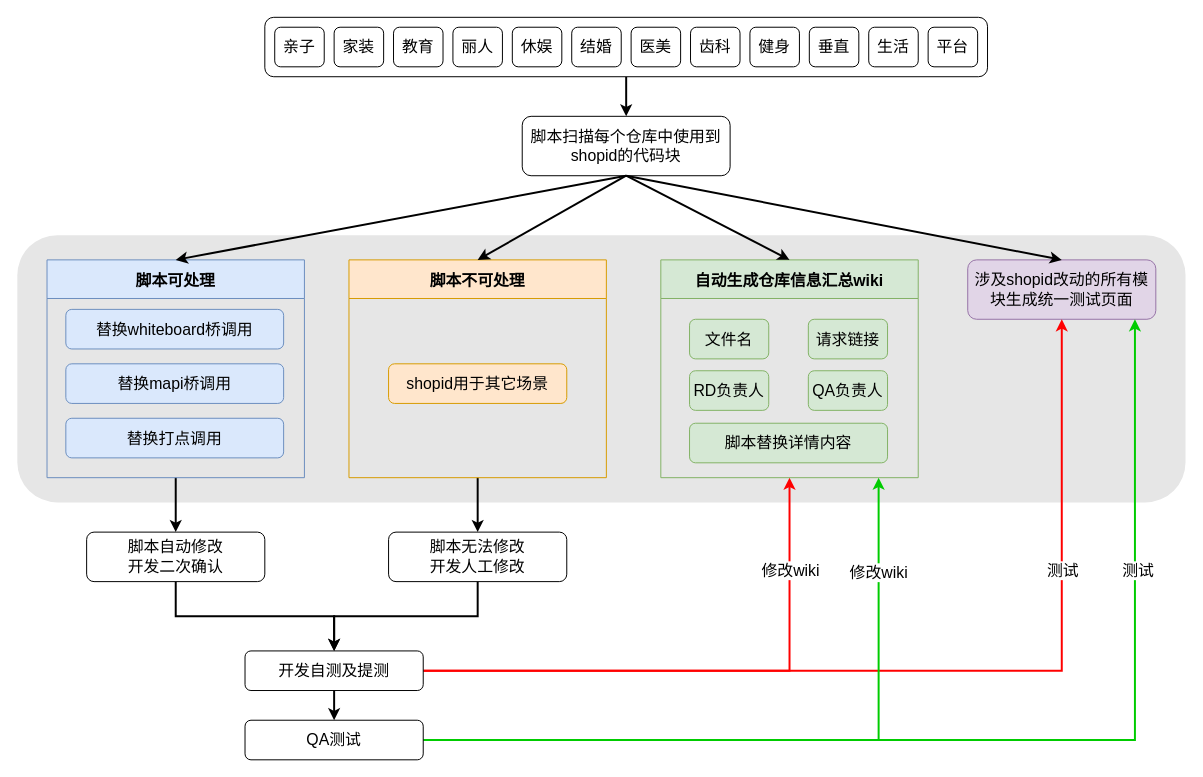
Earlier version of the draw.io diagram page "第 12 页" (14 of 20) of 频道首页执行流程.drawio (hpk1994/shophome). Source tidied: cells renumbered, new cells numbered last; positions are measured from the earlier drawing's top-left corner, leaving out a move shared by most shapes. Both pictures are drawn from the tidied source at 99%, with x=0, y=0 at pixel (17, 17).
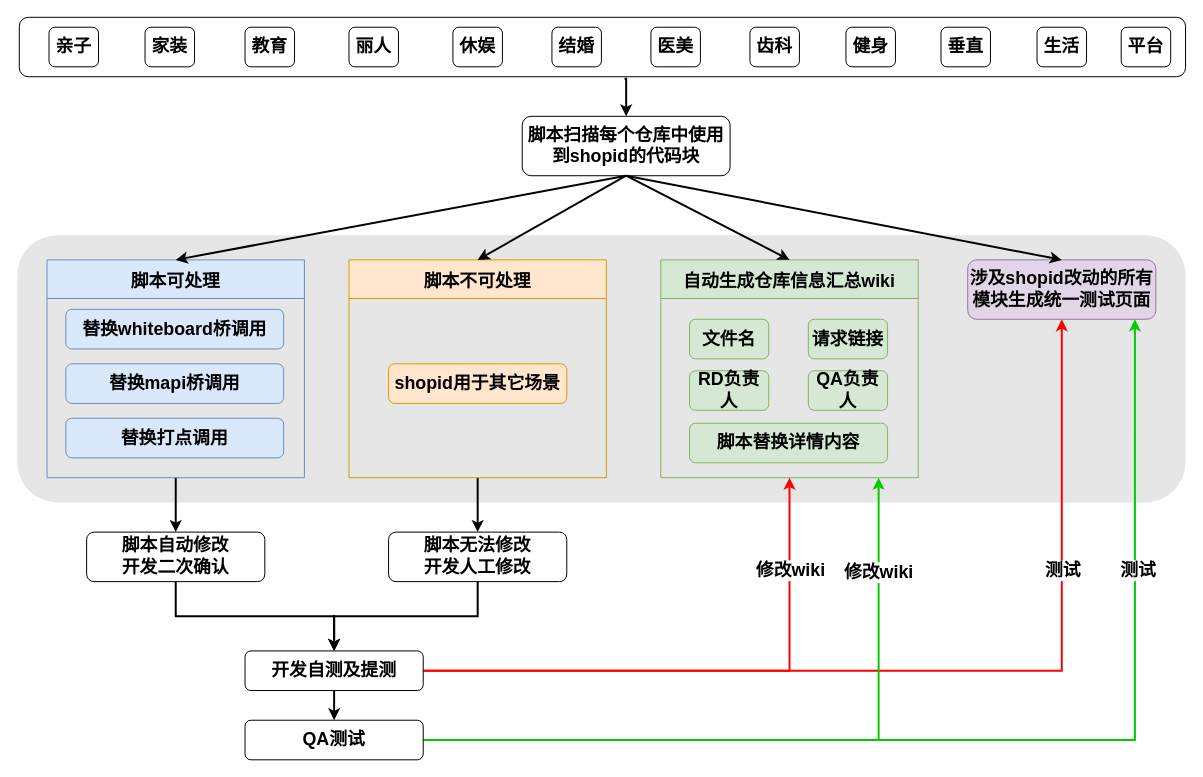
After the change.

The change refers to these unchanged cells:
```xml
<mxCell id="15" style="edgeStyle=orthogonalEdgeStyle;rounded=0;jettySize=auto;html=1;exitX=1;exitY=0.5;exitDx=0;exitDy=0;strokeWidth=2;strokeColor=#FF0000;" parent="1" edge="1" source="19" target="10">
  <mxGeometry relative="1" as="geometry" />
</mxCell>
<mxCell id="17" style="edgeStyle=orthogonalEdgeStyle;rounded=0;jettySize=auto;html=1;exitX=1;exitY=0.5;exitDx=0;exitDy=0;entryX=0.5;entryY=1;entryDx=0;entryDy=0;fontSize=16;strokeWidth=2;strokeColor=#FF0000;" parent="1" edge="1" source="19" target="45">
  <mxGeometry relative="1" as="geometry" />
</mxCell>
<mxCell id="21" style="edgeStyle=orthogonalEdgeStyle;rounded=0;jettySize=auto;html=1;exitX=1;exitY=0.5;exitDx=0;exitDy=0;strokeWidth=2;fontSize=16;strokeColor=#00CC00;" parent="1" edge="1" source="25">
  <mxGeometry relative="1" as="geometry">
    <mxPoint x="870" y="465" as="targetPoint" />
    <Array as="points">
      <mxPoint x="870" y="730" />
      <mxPoint x="870" y="465" />
    </Array>
  </mxGeometry>
</mxCell>
<mxCell id="23" style="edgeStyle=orthogonalEdgeStyle;rounded=0;jettySize=auto;html=1;exitX=1;exitY=0.5;exitDx=0;exitDy=0;entryX=0.889;entryY=1;entryDx=0;entryDy=0;strokeWidth=2;fontSize=16;strokeColor=#00CC00;entryPerimeter=0;" parent="1" edge="1" source="25" target="10">
  <mxGeometry relative="1" as="geometry" />
</mxCell>
```

Diff of the diagram source:
```diff
@@
-    <mxCell id="3" style="edgeStyle=orthogonalEdgeStyle;rounded=0;jettySize=auto;html=1;exitX=0.5;exitY=1;exitDx=0;exitDy=0;entryX=0.5;entryY=0;entryDx=0;entryDy=0;fontSize=16;strokeWidth=2;" parent="1" edge="1" source="4" target="5">
+    <mxCell id="3" style="edgeStyle=orthogonalEdgeStyle;rounded=0;jettySize=auto;html=1;exitX=0.519;exitY=1.033;exitDx=0;exitDy=0;entryX=0.5;entryY=0;entryDx=0;entryDy=0;fontSize=16;strokeWidth=2;exitPerimeter=0;" parent="1" edge="1" source="4" target="5">
       <mxGeometry relative="1" as="geometry" />
     </mxCell>
     <mxCell id="4" style="rounded=1;whiteSpace=wrap;html=1;" parent="1" vertex="1">
-      <mxGeometry x="250" width="730" height="60" as="geometry" />
+      <mxGeometry x="2" width="1178" height="60" as="geometry" />
     </mxCell>
-    <mxCell id="5" value="&lt;span style=&quot;font-size: 16px&quot;&gt;脚本扫描每个仓库中使用到shopid的代码块&lt;/span&gt;" style="rounded=1;whiteSpace=wrap;html=1;" parent="1" vertex="1">
+    <mxCell id="5" value="&lt;font style=&quot;font-size: 18px&quot;&gt;&lt;b&gt;脚本扫描每个仓库中使用到shopid的代码块&lt;/b&gt;&lt;/font&gt;" style="rounded=1;whiteSpace=wrap;html=1;" parent="1" vertex="1">
       <mxGeometry x="510" y="100" width="210" height="60" as="geometry" />
     </mxCell>
-    <mxCell id="6" value="&lt;span style=&quot;font-size: 16px&quot;&gt;替换whiteboard桥调用&lt;/span&gt;" style="rounded=1;whiteSpace=wrap;html=1;fillColor=#dae8fc;strokeColor=#6c8ebf;" parent="1" vertex="1">
+    <mxCell id="6" value="&lt;font style=&quot;font-size: 18px&quot;&gt;&lt;b&gt;替换whiteboard桥调用&lt;/b&gt;&lt;/font&gt;" style="rounded=1;whiteSpace=wrap;html=1;fillColor=#dae8fc;strokeColor=#6c8ebf;" parent="1" vertex="1">
       <mxGeometry x="49" y="295" width="220" height="40" as="geometry" />
     </mxCell>
-    <mxCell id="7" value="&lt;span style=&quot;font-size: 16px&quot;&gt;替换mapi桥调用&lt;/span&gt;" style="rounded=1;whiteSpace=wrap;html=1;fillColor=#dae8fc;strokeColor=#6c8ebf;" parent="1" vertex="1">
+    <mxCell id="7" value="&lt;font style=&quot;font-size: 18px&quot;&gt;&lt;b&gt;替换mapi桥调用&lt;/b&gt;&lt;/font&gt;" style="rounded=1;whiteSpace=wrap;html=1;fillColor=#dae8fc;strokeColor=#6c8ebf;" parent="1" vertex="1">
       <mxGeometry x="49" y="350" width="220" height="40" as="geometry" />
     </mxCell>
-    <mxCell id="8" value="&lt;span style=&quot;font-size: 16px&quot;&gt;替换打点调用&lt;/span&gt;" style="rounded=1;whiteSpace=wrap;html=1;fillColor=#dae8fc;strokeColor=#6c8ebf;" parent="1" vertex="1">
+    <mxCell id="8" value="&lt;font style=&quot;font-size: 18px&quot;&gt;&lt;b&gt;替换打点调用&lt;/b&gt;&lt;/font&gt;" style="rounded=1;whiteSpace=wrap;html=1;fillColor=#dae8fc;strokeColor=#6c8ebf;" parent="1" vertex="1">
       <mxGeometry x="49" y="405" width="220" height="40" as="geometry" />
     </mxCell>
-    <mxCell id="9" value="&lt;span style=&quot;font-size: 16px&quot;&gt;shopid用于其它场景&lt;/span&gt;" style="rounded=1;whiteSpace=wrap;html=1;fillColor=#ffe6cc;strokeColor=#d79b00;" parent="1" vertex="1">
+    <mxCell id="9" value="&lt;font style=&quot;font-size: 18px&quot;&gt;&lt;b&gt;shopid用于其它场景&lt;/b&gt;&lt;/font&gt;" style="rounded=1;whiteSpace=wrap;html=1;fillColor=#ffe6cc;strokeColor=#d79b00;" parent="1" vertex="1">
       <mxGeometry x="375" y="350" width="180" height="40" as="geometry" />
     </mxCell>
-    <mxCell id="10" value="&lt;span style=&quot;font-size: 16px&quot;&gt;涉及shopid改动的所有模块生成统一测试页面&lt;/span&gt;&lt;span style=&quot;font-size: 16px&quot;&gt;&lt;br&gt;&lt;/span&gt;" style="rounded=1;whiteSpace=wrap;html=1;fillColor=#e1d5e7;strokeColor=#9673a6;" parent="1" vertex="1">
+    <mxCell id="10" value="&lt;font style=&quot;font-size: 18px&quot;&gt;&lt;b&gt;涉及shopid改动的所有模块生成统一测试页面&lt;/b&gt;&lt;/font&gt;&lt;span style=&quot;font-size: 16px&quot;&gt;&lt;br&gt;&lt;/span&gt;" style="rounded=1;whiteSpace=wrap;html=1;fillColor=#e1d5e7;strokeColor=#9673a6;" parent="1" vertex="1">
       <mxGeometry x="960" y="245" width="190" height="60" as="geometry" />
     </mxCell>
@@
-    <mxCell id="12" value="&lt;span style=&quot;font-size: 16px&quot;&gt;脚本无法修改&lt;/span&gt;&lt;br style=&quot;font-size: 16px&quot;&gt;&lt;span style=&quot;font-size: 16px&quot;&gt;开发人工修改&lt;/span&gt;&lt;span style=&quot;font-size: 16px&quot;&gt;&lt;br&gt;&lt;/span&gt;" style="rounded=1;whiteSpace=wrap;html=1;" parent="1" vertex="1">
+    <mxCell id="12" value="&lt;font style=&quot;font-size: 18px&quot;&gt;&lt;b&gt;脚本无法修改&lt;br&gt;开发人工修改&lt;/b&gt;&lt;/font&gt;&lt;span style=&quot;font-size: 16px&quot;&gt;&lt;br&gt;&lt;/span&gt;" style="rounded=1;whiteSpace=wrap;html=1;" parent="1" vertex="1">
       <mxGeometry x="375" y="520" width="180" height="50" as="geometry" />
     </mxCell>
@@
-    <mxCell id="14" value="&lt;span style=&quot;font-size: 16px&quot;&gt;脚本自动修改&lt;/span&gt;&lt;br style=&quot;font-size: 16px&quot;&gt;&lt;span style=&quot;font-size: 16px&quot;&gt;开发二次确认&lt;/span&gt;&lt;span style=&quot;font-size: 16px&quot;&gt;&lt;br&gt;&lt;/span&gt;" style="rounded=1;whiteSpace=wrap;html=1;" parent="1" vertex="1">
+    <mxCell id="14" value="&lt;b style=&quot;font-size: 18px&quot;&gt;&lt;span&gt;脚本自动修改&lt;/span&gt;&lt;br&gt;&lt;span&gt;开发二次确认&lt;/span&gt;&lt;/b&gt;&lt;span style=&quot;font-size: 16px&quot;&gt;&lt;br&gt;&lt;/span&gt;" style="rounded=1;whiteSpace=wrap;html=1;" parent="1" vertex="1">
       <mxGeometry x="70" y="520" width="180" height="50" as="geometry" />
     </mxCell>
@@
-    <mxCell id="16" value="测试" style="text;html=1;align=center;verticalAlign=middle;labelBackgroundColor=#ffffff;fontSize=16;" parent="15" vertex="1">
+    <mxCell id="16" value="&lt;font style=&quot;font-size: 18px&quot;&gt;&lt;b&gt;测试&lt;/b&gt;&lt;/font&gt;" style="text;html=1;align=center;verticalAlign=middle;labelBackgroundColor=#ffffff;fontSize=16;" parent="15" vertex="1">
       <mxGeometry x="0.29" y="102" relative="1" as="geometry">
         <mxPoint x="102" y="-102" as="offset" />
       </mxGeometry>
     </mxCell>
@@
-    <mxCell id="18" value="修改wiki" style="text;html=1;align=center;verticalAlign=middle;labelBackgroundColor=#ffffff;fontSize=16;" parent="17" vertex="1">
+    <mxCell id="18" value="&lt;font style=&quot;font-size: 18px&quot;&gt;&lt;b&gt;修改wiki&lt;/b&gt;&lt;/font&gt;" style="text;html=1;align=center;verticalAlign=middle;labelBackgroundColor=#ffffff;fontSize=16;" parent="17" vertex="1">
       <mxGeometry x="0.67" relative="1" as="geometry" />
     </mxCell>
-    <mxCell id="19" value="&lt;span style=&quot;font-size: 16px&quot;&gt;开发自测及提测&lt;br&gt;&lt;/span&gt;" style="rounded=1;whiteSpace=wrap;html=1;" parent="1" vertex="1">
+    <mxCell id="19" value="&lt;font style=&quot;font-size: 18px&quot;&gt;&lt;b&gt;开发自测及提测&lt;/b&gt;&lt;/font&gt;" style="rounded=1;whiteSpace=wrap;html=1;" parent="1" vertex="1">
       <mxGeometry x="230" y="640" width="180" height="40" as="geometry" />
     </mxCell>
@@
-    <mxCell id="22" value="修改wiki" style="text;html=1;align=center;verticalAlign=middle;labelBackgroundColor=#ffffff;fontSize=16;" parent="21" vertex="1">
+    <mxCell id="22" value="&lt;font style=&quot;font-size: 18px&quot;&gt;&lt;b&gt;修改wiki&lt;/b&gt;&lt;/font&gt;" style="text;html=1;align=center;verticalAlign=middle;labelBackgroundColor=#ffffff;fontSize=16;" parent="21" vertex="1">
       <mxGeometry x="0.73" y="1" relative="1" as="geometry">
         <mxPoint y="-3" as="offset" />
       </mxGeometry>
     </mxCell>
@@
-    <mxCell id="24" value="测试" style="text;html=1;align=center;verticalAlign=middle;labelBackgroundColor=#ffffff;fontSize=16;" parent="23" vertex="1">
+    <mxCell id="24" value="&lt;font style=&quot;font-size: 18px&quot;&gt;&lt;b&gt;测试&lt;/b&gt;&lt;/font&gt;" style="text;html=1;align=center;verticalAlign=middle;labelBackgroundColor=#ffffff;fontSize=16;" parent="23" vertex="1">
       <mxGeometry x="0.24" y="172" relative="1" as="geometry">
         <mxPoint x="12" as="offset" />
       </mxGeometry>
     </mxCell>
-    <mxCell id="25" value="&lt;span style=&quot;font-size: 16px&quot;&gt;QA测试&lt;br&gt;&lt;/span&gt;" style="rounded=1;whiteSpace=wrap;html=1;" parent="1" vertex="1">
+    <mxCell id="25" value="&lt;font style=&quot;font-size: 18px&quot;&gt;&lt;b&gt;QA测试&lt;/b&gt;&lt;/font&gt;" style="rounded=1;whiteSpace=wrap;html=1;" parent="1" vertex="1">
       <mxGeometry x="230" y="710" width="180" height="40" as="geometry" />
     </mxCell>
@@
-    <mxCell id="27" value="脚本可处理" style="swimlane;fillColor=#dae8fc;startSize=39;fontSize=16;strokeColor=#6c8ebf;" parent="1" vertex="1">
+    <mxCell id="27" value="脚本可处理" style="swimlane;fillColor=#dae8fc;startSize=39;fontSize=18;strokeColor=#6c8ebf;" parent="1" vertex="1">
       <mxGeometry x="30" y="245" width="260" height="220" as="geometry" />
     </mxCell>
@@
-    <mxCell id="29" value="脚本不可处理" style="swimlane;fillColor=#ffe6cc;startSize=39;fontSize=16;strokeColor=#d79b00;" parent="1" vertex="1">
+    <mxCell id="29" value="脚本不可处理" style="swimlane;fillColor=#ffe6cc;startSize=39;fontSize=18;strokeColor=#d79b00;" parent="1" vertex="1">
       <mxGeometry x="335" y="245" width="260" height="220" as="geometry" />
     </mxCell>
@@
-    <mxCell id="31" value="亲子" style="rounded=1;whiteSpace=wrap;html=1;fontSize=16;" parent="1" vertex="1">
-      <mxGeometry x="260" y="10" width="50" height="40" as="geometry" />
+    <mxCell id="31" value="&lt;font style=&quot;font-size: 18px&quot;&gt;&lt;b&gt;亲子&lt;/b&gt;&lt;/font&gt;" style="rounded=1;whiteSpace=wrap;html=1;fontSize=16;" parent="1" vertex="1">
+      <mxGeometry x="32" y="10" width="50" height="40" as="geometry" />
     </mxCell>
-    <mxCell id="32" value="家装" style="rounded=1;whiteSpace=wrap;html=1;fontSize=16;" parent="1" vertex="1">
-      <mxGeometry x="320" y="10" width="50" height="40" as="geometry" />
+    <mxCell id="32" value="&lt;font style=&quot;font-size: 18px&quot;&gt;&lt;b&gt;家装&lt;/b&gt;&lt;/font&gt;" style="rounded=1;whiteSpace=wrap;html=1;fontSize=16;" parent="1" vertex="1">
+      <mxGeometry x="129" y="10" width="50" height="40" as="geometry" />
     </mxCell>
-    <mxCell id="33" value="丽人" style="rounded=1;whiteSpace=wrap;html=1;fontSize=16;" parent="1" vertex="1">
-      <mxGeometry x="440" y="10" width="50" height="40" as="geometry" />
+    <mxCell id="33" value="&lt;font style=&quot;font-size: 18px&quot;&gt;&lt;b&gt;丽人&lt;/b&gt;&lt;/font&gt;" style="rounded=1;whiteSpace=wrap;html=1;fontSize=16;" parent="1" vertex="1">
+      <mxGeometry x="335" y="10" width="50" height="40" as="geometry" />
     </mxCell>
-    <mxCell id="34" value="教育" style="rounded=1;whiteSpace=wrap;html=1;fontSize=16;" parent="1" vertex="1">
-      <mxGeometry x="380" y="10" width="50" height="40" as="geometry" />
+    <mxCell id="34" value="&lt;font style=&quot;font-size: 18px&quot;&gt;&lt;b&gt;教育&lt;/b&gt;&lt;/font&gt;" style="rounded=1;whiteSpace=wrap;html=1;fontSize=16;" parent="1" vertex="1">
+      <mxGeometry x="230" y="10" width="50" height="40" as="geometry" />
     </mxCell>
-    <mxCell id="35" value="休娱" style="rounded=1;whiteSpace=wrap;html=1;fontSize=16;" parent="1" vertex="1">
-      <mxGeometry x="500" y="10" width="50" height="40" as="geometry" />
+    <mxCell id="35" value="&lt;font style=&quot;font-size: 18px&quot;&gt;&lt;b&gt;休娱&lt;/b&gt;&lt;/font&gt;" style="rounded=1;whiteSpace=wrap;html=1;fontSize=16;" parent="1" vertex="1">
+      <mxGeometry x="440" y="10" width="50" height="40" as="geometry" />
     </mxCell>
-    <mxCell id="36" value="结婚" style="rounded=1;whiteSpace=wrap;html=1;fontSize=16;" parent="1" vertex="1">
-      <mxGeometry x="560" y="10" width="50" height="40" as="geometry" />
+    <mxCell id="36" value="&lt;font style=&quot;font-size: 18px&quot;&gt;&lt;b&gt;结婚&lt;/b&gt;&lt;/font&gt;" style="rounded=1;whiteSpace=wrap;html=1;fontSize=16;" parent="1" vertex="1">
+      <mxGeometry x="540" y="10" width="50" height="40" as="geometry" />
     </mxCell>
-    <mxCell id="37" value="医美" style="rounded=1;whiteSpace=wrap;html=1;fontSize=16;" parent="1" vertex="1">
-      <mxGeometry x="620" y="10" width="50" height="40" as="geometry" />
+    <mxCell id="37" value="&lt;font style=&quot;font-size: 18px&quot;&gt;&lt;b&gt;医美&lt;/b&gt;&lt;/font&gt;" style="rounded=1;whiteSpace=wrap;html=1;fontSize=16;" parent="1" vertex="1">
+      <mxGeometry x="640" y="10" width="50" height="40" as="geometry" />
     </mxCell>
-    <mxCell id="38" value="齿科" style="rounded=1;whiteSpace=wrap;html=1;fontSize=16;" parent="1" vertex="1">
-      <mxGeometry x="680" y="10" width="50" height="40" as="geometry" />
+    <mxCell id="38" value="&lt;b&gt;&lt;font style=&quot;font-size: 18px&quot;&gt;齿科&lt;/font&gt;&lt;/b&gt;" style="rounded=1;whiteSpace=wrap;html=1;fontSize=16;" parent="1" vertex="1">
+      <mxGeometry x="740" y="10" width="50" height="40" as="geometry" />
     </mxCell>
-    <mxCell id="39" value="健身" style="rounded=1;whiteSpace=wrap;html=1;fontSize=16;" parent="1" vertex="1">
-      <mxGeometry x="740" y="10" width="50" height="40" as="geometry" />
+    <mxCell id="39" value="&lt;font style=&quot;font-size: 18px&quot;&gt;&lt;b&gt;健身&lt;/b&gt;&lt;/font&gt;" style="rounded=1;whiteSpace=wrap;html=1;fontSize=16;" parent="1" vertex="1">
+      <mxGeometry x="837" y="10" width="50" height="40" as="geometry" />
     </mxCell>
-    <mxCell id="40" value="垂直" style="rounded=1;whiteSpace=wrap;html=1;fontSize=16;" parent="1" vertex="1">
-      <mxGeometry x="800" y="10" width="50" height="40" as="geometry" />
+    <mxCell id="40" value="&lt;b&gt;&lt;font style=&quot;font-size: 18px&quot;&gt;垂直&lt;/font&gt;&lt;/b&gt;" style="rounded=1;whiteSpace=wrap;html=1;fontSize=16;" parent="1" vertex="1">
+      <mxGeometry x="933" y="10" width="50" height="40" as="geometry" />
     </mxCell>
-    <mxCell id="41" value="生活" style="rounded=1;whiteSpace=wrap;html=1;fontSize=16;" parent="1" vertex="1">
-      <mxGeometry x="860" y="10" width="50" height="40" as="geometry" />
+    <mxCell id="41" value="&lt;b&gt;&lt;font style=&quot;font-size: 18px&quot;&gt;生活&lt;/font&gt;&lt;/b&gt;" style="rounded=1;whiteSpace=wrap;html=1;fontSize=16;" parent="1" vertex="1">
+      <mxGeometry x="1030" y="10" width="50" height="40" as="geometry" />
     </mxCell>
-    <mxCell id="42" value="平台" style="rounded=1;whiteSpace=wrap;html=1;fontSize=16;" parent="1" vertex="1">
-      <mxGeometry x="920" y="10" width="50" height="40" as="geometry" />
+    <mxCell id="42" value="&lt;font style=&quot;font-size: 18px&quot;&gt;&lt;b&gt;平台&lt;/b&gt;&lt;/font&gt;" style="rounded=1;whiteSpace=wrap;html=1;fontSize=16;" parent="1" vertex="1">
+      <mxGeometry x="1115" y="10" width="50" height="40" as="geometry" />
     </mxCell>
@@
-    <mxCell id="45" value="自动生成仓库信息汇总wiki" style="swimlane;fillColor=#d5e8d4;startSize=39;fontSize=16;strokeColor=#82b366;" parent="1" vertex="1">
+    <mxCell id="45" value="自动生成仓库信息汇总wiki" style="swimlane;fillColor=#d5e8d4;startSize=39;fontSize=18;strokeColor=#82b366;" parent="1" vertex="1">
       <mxGeometry x="650" y="245" width="260" height="220" as="geometry" />
     </mxCell>
@@
-    <mxCell id="47" value="&lt;span style=&quot;font-size: 16px&quot;&gt;文件名&lt;/span&gt;" style="rounded=1;whiteSpace=wrap;html=1;fillColor=#d5e8d4;strokeColor=#82b366;" parent="1" vertex="1">
+    <mxCell id="47" value="&lt;font style=&quot;font-size: 18px&quot;&gt;&lt;b&gt;文件名&lt;/b&gt;&lt;/font&gt;" style="rounded=1;whiteSpace=wrap;html=1;fillColor=#d5e8d4;strokeColor=#82b366;" parent="1" vertex="1">
       <mxGeometry x="679" y="305" width="80" height="40" as="geometry" />
     </mxCell>
-    <mxCell id="48" value="&lt;span style=&quot;font-size: 16px&quot;&gt;请求链接&lt;/span&gt;" style="rounded=1;whiteSpace=wrap;html=1;fillColor=#d5e8d4;strokeColor=#82b366;" parent="1" vertex="1">
+    <mxCell id="48" value="&lt;font style=&quot;font-size: 18px&quot;&gt;&lt;b&gt;请求链接&lt;/b&gt;&lt;/font&gt;" style="rounded=1;whiteSpace=wrap;html=1;fillColor=#d5e8d4;strokeColor=#82b366;" parent="1" vertex="1">
       <mxGeometry x="799" y="305" width="80" height="40" as="geometry" />
     </mxCell>
-    <mxCell id="49" value="&lt;span style=&quot;font-size: 16px&quot;&gt;脚本替换详情内容&lt;/span&gt;" style="rounded=1;whiteSpace=wrap;html=1;fillColor=#d5e8d4;strokeColor=#82b366;" parent="1" vertex="1">
+    <mxCell id="49" value="&lt;font style=&quot;font-size: 18px&quot;&gt;&lt;b&gt;脚本替换详情内容&lt;/b&gt;&lt;/font&gt;" style="rounded=1;whiteSpace=wrap;html=1;fillColor=#d5e8d4;strokeColor=#82b366;" parent="1" vertex="1">
       <mxGeometry x="679" y="410" width="200" height="40" as="geometry" />
     </mxCell>
-    <mxCell id="50" value="&lt;span style=&quot;font-size: 16px&quot;&gt;RD负责人&lt;/span&gt;" style="rounded=1;whiteSpace=wrap;html=1;fillColor=#d5e8d4;strokeColor=#82b366;" parent="1" vertex="1">
+    <mxCell id="50" value="&lt;font style=&quot;font-size: 18px&quot;&gt;&lt;b&gt;RD负责人&lt;/b&gt;&lt;/font&gt;" style="rounded=1;whiteSpace=wrap;html=1;fillColor=#d5e8d4;strokeColor=#82b366;" parent="1" vertex="1">
       <mxGeometry x="679" y="357" width="80" height="40" as="geometry" />
     </mxCell>
-    <mxCell id="51" value="&lt;span style=&quot;font-size: 16px&quot;&gt;QA负责人&lt;/span&gt;" style="rounded=1;whiteSpace=wrap;html=1;fillColor=#d5e8d4;strokeColor=#82b366;" parent="1" vertex="1">
+    <mxCell id="51" value="&lt;b&gt;&lt;font style=&quot;font-size: 18px&quot;&gt;QA负责人&lt;/font&gt;&lt;/b&gt;" style="rounded=1;whiteSpace=wrap;html=1;fillColor=#d5e8d4;strokeColor=#82b366;" parent="1" vertex="1">
       <mxGeometry x="799" y="357" width="80" height="40" as="geometry" />
     </mxCell>
```
